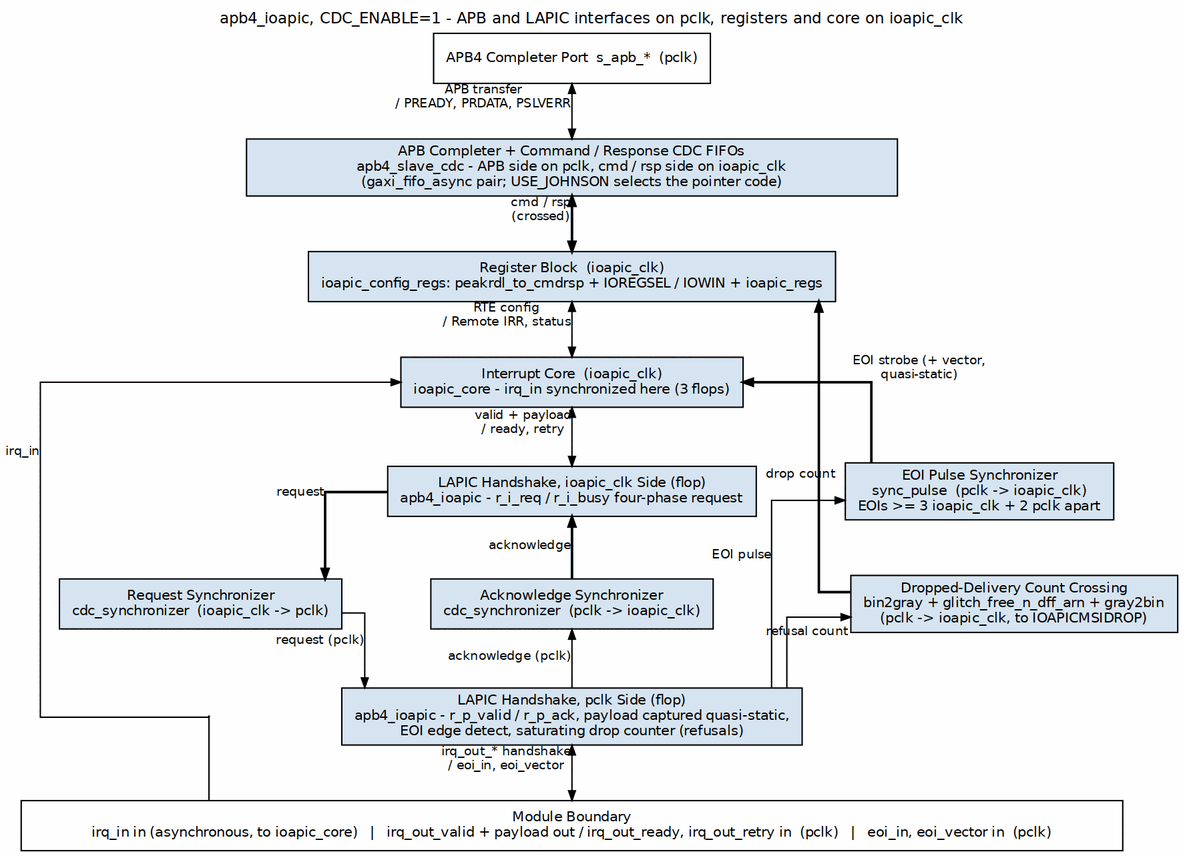
The Graphviz diagram projects/components/legacy-ip/retro_legacy_blocks/docs/ioapic_mas/assets/graphviz/ioapic_clocks_async.png in sean-galloway/RTLDesignSherpa, before a commit. Its source is kept beside it as projects/components/legacy-ip/retro_legacy_blocks/docs/ioapic_mas/assets/graphviz/ioapic_clocks_async.dot. The source it was exported from:
```dot
digraph ioapic_clocks_async {
    graph [rankdir=TB, bgcolor="white", fontname="Helvetica", fontsize=11,
           nodesep="0.45", ranksep="0.55", splines=ortho, newrank=true,
           label="apb4_ioapic, CDC_ENABLE=1 - APB and LAPIC interfaces on pclk, registers and core on ioapic_clk",
           labelloc=t, labeljust=c];
    node  [fontname="Helvetica", fontsize=10, shape=box, style=filled,
           fillcolor="#D6E4F0", color="black", margin="0.12,0.06"];
    edge  [fontname="Helvetica", fontsize=9, color="black", arrowsize=0.7];
    apb  [group=C, label="APB4 Completer Port  s_apb_*  (pclk)", fillcolor="white"];
    cdc  [group=C, label="APB Completer + Command / Response CDC FIFOs\napb4_slave_cdc - APB side on pclk, cmd / rsp side on ioapic_clk\n(gaxi_fifo_async pair; USE_JOHNSON selects the pointer code)", width=6.5];
    cfg  [group=C, label="Register Block  (ioapic_clk)\nioapic_config_regs: peakrdl_to_cmdrsp + IOREGSEL / IOWIN + ioapic_regs"];
    core [group=C, label="Interrupt Core  (ioapic_clk)\nioapic_core - irq_in synchronized here (3 flops)"];
    li   [group=C, label="LAPIC Handshake, ioapic_clk Side (flop)\napb4_ioapic - r_i_req / r_i_busy four-phase request"];
    reqs [group=L, label="Request Synchronizer\ncdc_synchronizer  (ioapic_clk -> pclk)"];
    acks [group=C, label="Acknowledge Synchronizer\ncdc_synchronizer  (pclk -> ioapic_clk)"];
    eois [group=R, label="EOI Pulse Synchronizer\nsync_pulse  (pclk -> ioapic_clk)\nEOIs >= 3 ioapic_clk + 2 pclk apart"];
    drop [group=RR, label="Dropped-Delivery Count Crossing\nbin2gray + glitch_free_n_dff_arn + gray2bin\n(pclk -> ioapic_clk, to IOAPICMSIDROP)"];
    lp   [group=C, label="LAPIC Handshake, pclk Side (flop)\napb4_ioapic - r_p_valid / r_p_ack, payload captured quasi-static,\nEOI edge detect, saturating drop counter (refusals)"];
    bar  [group=C, label="Module Boundary\nirq_in in (asynchronous, to ioapic_core)   |   irq_out_valid + payload out / irq_out_ready, irq_out_retry in  (pclk)   |   eoi_in, eoi_vector in  (pclk)", fillcolor="white", width=11.0];

    apb  -> cdc  [dir=both, xlabel="APB transfer\n/ PREADY, PRDATA, PSLVERR"];
    cdc  -> cfg  [dir=both, penwidth=1.8, xlabel="cmd / rsp\n(crossed)"];
    cfg  -> core [dir=both, xlabel="RTE config\n/ Remote IRR, status"];
    core -> li   [dir=both, xlabel="valid + payload\n/ ready, retry"];
    li   -> reqs [penwidth=1.8, xlabel="request"];
    reqs -> lp   [xlabel="request (pclk)"];
    li   -> acks [dir=back, penwidth=1.8, xlabel="acknowledge"];
    acks -> lp   [dir=back, xlabel="acknowledge (pclk)"];
    lp   -> bar  [dir=both, xlabel="irq_out_* handshake\n/ eoi_in, eoi_vector"];
    core -> eois [dir=back, penwidth=1.8, xlabel="EOI strobe (+ vector,\nquasi-static)"];
    eois -> lp   [dir=back, xlabel="EOI pulse"];
    cfg  -> drop [dir=back, penwidth=1.8, xlabel="drop count"];
    drop -> lp   [dir=back, xlabel="refusal count"];
    p_irq [shape=point, width=0.01, group=LL];
    core -> p_irq [dir=back, headclip=false, xlabel="irq_in"];
    p_irq -> bar [dir=none, tailclip=false];

    { rank=same; reqs; acks; drop; }
    reqs -> acks -> drop [style=invis, minlen=2];
    { rank=same; li; eois; }
    li -> eois [style=invis, minlen=2];
    { rank=same; p_irq; lp; }
    p_irq -> lp [style=invis, minlen=3];
}
```
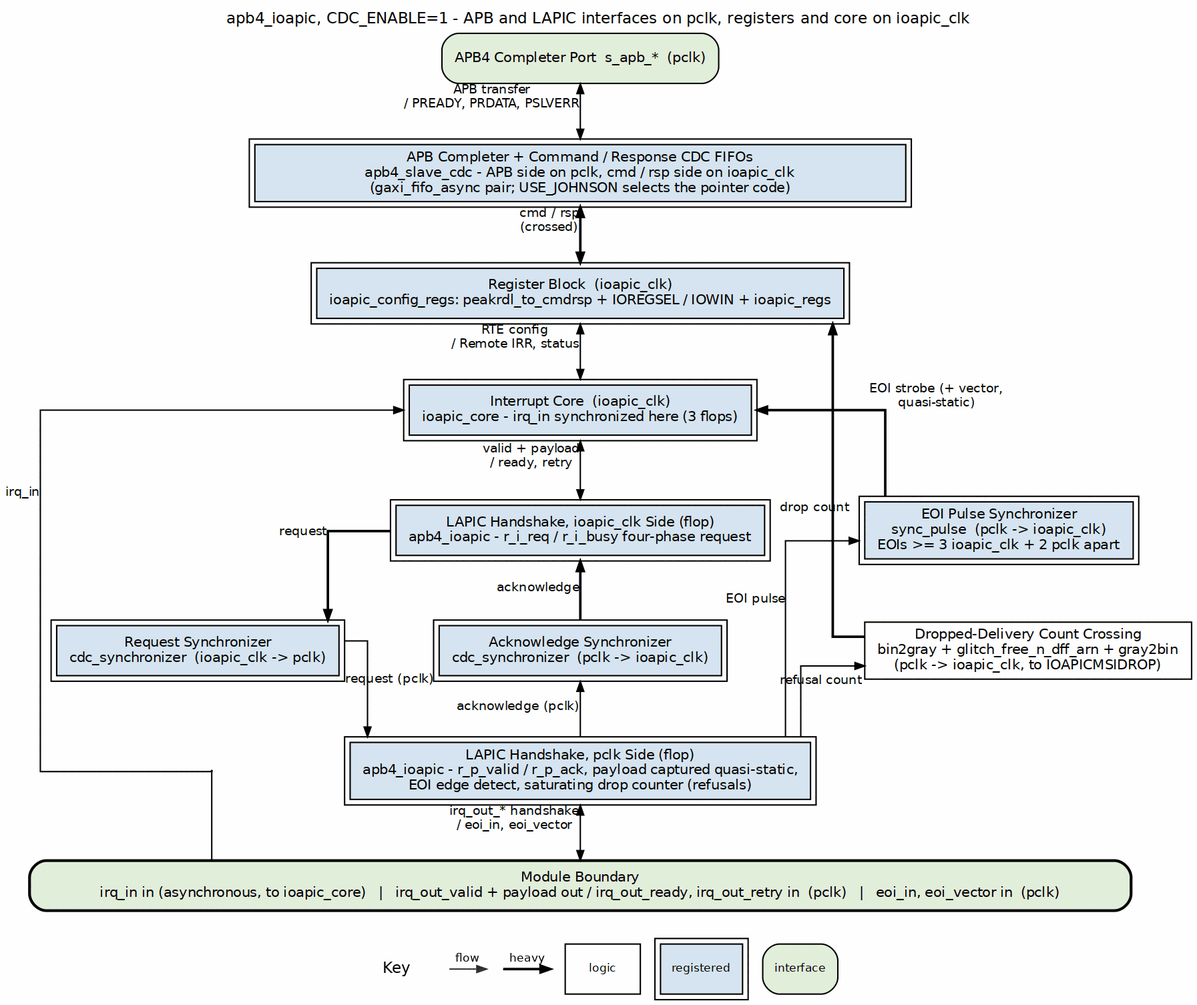
Later version of the same file.

What changed in the source:
```diff
@@ -4,19 +4,19 @@
            label="apb4_ioapic, CDC_ENABLE=1 - APB and LAPIC interfaces on pclk, registers and core on ioapic_clk",
            labelloc=t, labeljust=c];
     node  [fontname="Helvetica", fontsize=10, shape=box, style=filled,
-           fillcolor="#D6E4F0", color="black", margin="0.12,0.06"];
+           fillcolor="white", color="black", margin="0.12,0.06"];
     edge  [fontname="Helvetica", fontsize=9, color="black", arrowsize=0.7];
-    apb  [group=C, label="APB4 Completer Port  s_apb_*  (pclk)", fillcolor="white"];
-    cdc  [group=C, label="APB Completer + Command / Response CDC FIFOs\napb4_slave_cdc - APB side on pclk, cmd / rsp side on ioapic_clk\n(gaxi_fifo_async pair; USE_JOHNSON selects the pointer code)", width=6.5];
-    cfg  [group=C, label="Register Block  (ioapic_clk)\nioapic_config_regs: peakrdl_to_cmdrsp + IOREGSEL / IOWIN + ioapic_regs"];
-    core [group=C, label="Interrupt Core  (ioapic_clk)\nioapic_core - irq_in synchronized here (3 flops)"];
-    li   [group=C, label="LAPIC Handshake, ioapic_clk Side (flop)\napb4_ioapic - r_i_req / r_i_busy four-phase request"];
-    reqs [group=L, label="Request Synchronizer\ncdc_synchronizer  (ioapic_clk -> pclk)"];
-    acks [group=C, label="Acknowledge Synchronizer\ncdc_synchronizer  (pclk -> ioapic_clk)"];
-    eois [group=R, label="EOI Pulse Synchronizer\nsync_pulse  (pclk -> ioapic_clk)\nEOIs >= 3 ioapic_clk + 2 pclk apart"];
-    drop [group=RR, label="Dropped-Delivery Count Crossing\nbin2gray + glitch_free_n_dff_arn + gray2bin\n(pclk -> ioapic_clk, to IOAPICMSIDROP)"];
-    lp   [group=C, label="LAPIC Handshake, pclk Side (flop)\napb4_ioapic - r_p_valid / r_p_ack, payload captured quasi-static,\nEOI edge detect, saturating drop counter (refusals)"];
-    bar  [group=C, label="Module Boundary\nirq_in in (asynchronous, to ioapic_core)   |   irq_out_valid + payload out / irq_out_ready, irq_out_retry in  (pclk)   |   eoi_in, eoi_vector in  (pclk)", fillcolor="white", width=11.0];
+    apb  [group=C, label="APB4 Completer Port  s_apb_*  (pclk)", fillcolor="white", style="rounded,filled", fillcolor="#E2EFDA"];
+    cdc  [group=C, label="APB Completer + Command / Response CDC FIFOs\napb4_slave_cdc - APB side on pclk, cmd / rsp side on ioapic_clk\n(gaxi_fifo_async pair; USE_JOHNSON selects the pointer code)", width=6.5, peripheries=2, style="filled", fillcolor="#D6E4F0"];
+    cfg  [group=C, label="Register Block  (ioapic_clk)\nioapic_config_regs: peakrdl_to_cmdrsp + IOREGSEL / IOWIN + ioapic_regs", peripheries=2, style="filled", fillcolor="#D6E4F0"];
+    core [group=C, label="Interrupt Core  (ioapic_clk)\nioapic_core - irq_in synchronized here (3 flops)", peripheries=2, style="filled", fillcolor="#D6E4F0"];
+    li   [group=C, label="LAPIC Handshake, ioapic_clk Side (flop)\napb4_ioapic - r_i_req / r_i_busy four-phase request", peripheries=2, style="filled", fillcolor="#D6E4F0"];
+    reqs [group=L, label="Request Synchronizer\ncdc_synchronizer  (ioapic_clk -> pclk)", peripheries=2, style="filled", fillcolor="#D6E4F0"];
+    acks [group=C, label="Acknowledge Synchronizer\ncdc_synchronizer  (pclk -> ioapic_clk)", peripheries=2, style="filled", fillcolor="#D6E4F0"];
+    eois [group=R, label="EOI Pulse Synchronizer\nsync_pulse  (pclk -> ioapic_clk)\nEOIs >= 3 ioapic_clk + 2 pclk apart", peripheries=2, style="filled", fillcolor="#D6E4F0"];
+    drop [group=RR, label="Dropped-Delivery Count Crossing\nbin2gray + glitch_free_n_dff_arn + gray2bin\n(pclk -> ioapic_clk, to IOAPICMSIDROP)", style="filled", fillcolor="white"];
+    lp   [group=C, label="LAPIC Handshake, pclk Side (flop)\napb4_ioapic - r_p_valid / r_p_ack, payload captured quasi-static,\nEOI edge detect, saturating drop counter (refusals)", peripheries=2, style="filled", fillcolor="#D6E4F0"];
+    bar  [group=C, label="Module Boundary\nirq_in in (asynchronous, to ioapic_core)   |   irq_out_valid + payload out / irq_out_ready, irq_out_retry in  (pclk)   |   eoi_in, eoi_vector in  (pclk)", fillcolor="white", width=11.0, style="rounded,filled,bold", fillcolor="#E2EFDA"];
 
     apb  -> cdc  [dir=both, xlabel="APB transfer\n/ PREADY, PRDATA, PSLVERR"];
     cdc  -> cfg  [dir=both, penwidth=1.8, xlabel="cmd / rsp\n(crossed)"];
```
